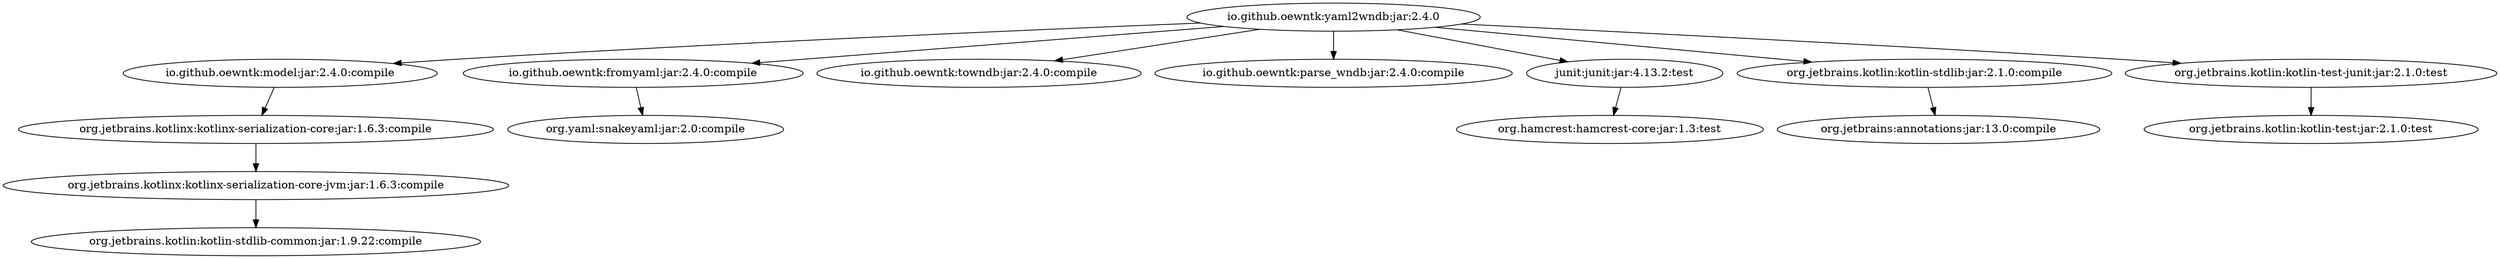
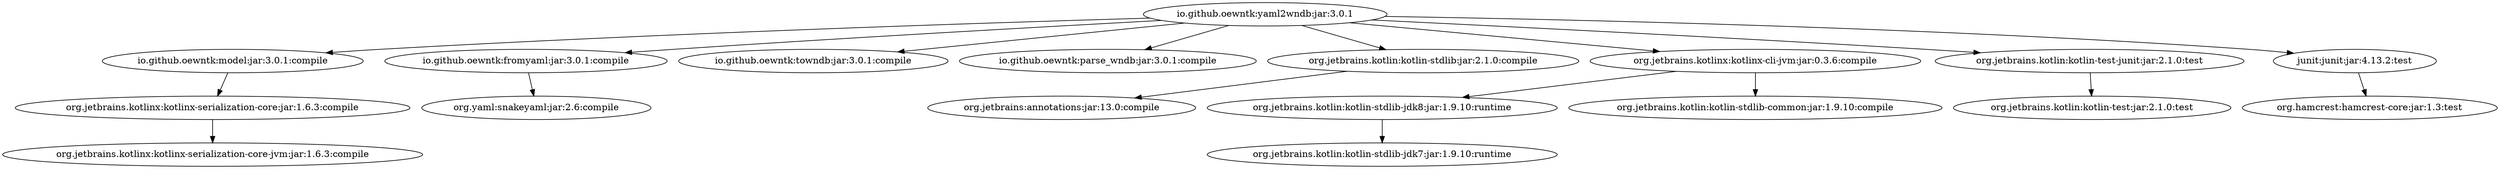
- digraph "io.github.oewntk:yaml2wndb:jar:2.4.0" {
- 	"io.github.oewntk:yaml2wndb:jar:2.4.0" -> "io.github.oewntk:model:jar:2.4.0:compile" ;
- 	"io.github.oewntk:yaml2wndb:jar:2.4.0" -> "io.github.oewntk:fromyaml:jar:2.4.0:compile" ;
- 	"io.github.oewntk:yaml2wndb:jar:2.4.0" -> "io.github.oewntk:towndb:jar:2.4.0:compile" ;
- 	"io.github.oewntk:yaml2wndb:jar:2.4.0" -> "io.github.oewntk:parse_wndb:jar:2.4.0:compile" ;
- 	"io.github.oewntk:yaml2wndb:jar:2.4.0" -> "junit:junit:jar:4.13.2:test" ;
- 	"io.github.oewntk:yaml2wndb:jar:2.4.0" -> "org.jetbrains.kotlin:kotlin-stdlib:jar:2.1.0:compile" ;
- 	"io.github.oewntk:yaml2wndb:jar:2.4.0" -> "org.jetbrains.kotlin:kotlin-test-junit:jar:2.1.0:test" ;
- 	"io.github.oewntk:model:jar:2.4.0:compile" -> "org.jetbrains.kotlinx:kotlinx-serialization-core:jar:1.6.3:compile" ;
+ digraph "io.github.oewntk:yaml2wndb:jar:3.0.1" {
+ 	"io.github.oewntk:yaml2wndb:jar:3.0.1" -> "io.github.oewntk:model:jar:3.0.1:compile" ;
+ 	"io.github.oewntk:yaml2wndb:jar:3.0.1" -> "io.github.oewntk:fromyaml:jar:3.0.1:compile" ;
+ 	"io.github.oewntk:yaml2wndb:jar:3.0.1" -> "io.github.oewntk:towndb:jar:3.0.1:compile" ;
+ 	"io.github.oewntk:yaml2wndb:jar:3.0.1" -> "io.github.oewntk:parse_wndb:jar:3.0.1:compile" ;
+ 	"io.github.oewntk:yaml2wndb:jar:3.0.1" -> "org.jetbrains.kotlin:kotlin-stdlib:jar:2.1.0:compile" ;
+ 	"io.github.oewntk:yaml2wndb:jar:3.0.1" -> "org.jetbrains.kotlinx:kotlinx-cli-jvm:jar:0.3.6:compile" ;
+ 	"io.github.oewntk:yaml2wndb:jar:3.0.1" -> "org.jetbrains.kotlin:kotlin-test-junit:jar:2.1.0:test" ;
+ 	"io.github.oewntk:yaml2wndb:jar:3.0.1" -> "junit:junit:jar:4.13.2:test" ;
+ 	"io.github.oewntk:model:jar:3.0.1:compile" -> "org.jetbrains.kotlinx:kotlinx-serialization-core:jar:1.6.3:compile" ;
	"org.jetbrains.kotlinx:kotlinx-serialization-core:jar:1.6.3:compile" -> "org.jetbrains.kotlinx:kotlinx-serialization-core-jvm:jar:1.6.3:compile" ;
- 	"org.jetbrains.kotlinx:kotlinx-serialization-core-jvm:jar:1.6.3:compile" -> "org.jetbrains.kotlin:kotlin-stdlib-common:jar:1.9.22:compile" ;
- 	"io.github.oewntk:fromyaml:jar:2.4.0:compile" -> "org.yaml:snakeyaml:jar:2.0:compile" ;
+ 	"io.github.oewntk:fromyaml:jar:3.0.1:compile" -> "org.yaml:snakeyaml:jar:2.6:compile" ;
+ 	"org.jetbrains.kotlin:kotlin-stdlib:jar:2.1.0:compile" -> "org.jetbrains:annotations:jar:13.0:compile" ;
+ 	"org.jetbrains.kotlinx:kotlinx-cli-jvm:jar:0.3.6:compile" -> "org.jetbrains.kotlin:kotlin-stdlib-jdk8:jar:1.9.10:runtime" ;
+ 	"org.jetbrains.kotlinx:kotlinx-cli-jvm:jar:0.3.6:compile" -> "org.jetbrains.kotlin:kotlin-stdlib-common:jar:1.9.10:compile" ;
+ 	"org.jetbrains.kotlin:kotlin-stdlib-jdk8:jar:1.9.10:runtime" -> "org.jetbrains.kotlin:kotlin-stdlib-jdk7:jar:1.9.10:runtime" ;
+ 	"org.jetbrains.kotlin:kotlin-test-junit:jar:2.1.0:test" -> "org.jetbrains.kotlin:kotlin-test:jar:2.1.0:test" ;
	"junit:junit:jar:4.13.2:test" -> "org.hamcrest:hamcrest-core:jar:1.3:test" ;
- 	"org.jetbrains.kotlin:kotlin-stdlib:jar:2.1.0:compile" -> "org.jetbrains:annotations:jar:13.0:compile" ;
- 	"org.jetbrains.kotlin:kotlin-test-junit:jar:2.1.0:test" -> "org.jetbrains.kotlin:kotlin-test:jar:2.1.0:test" ;
 }